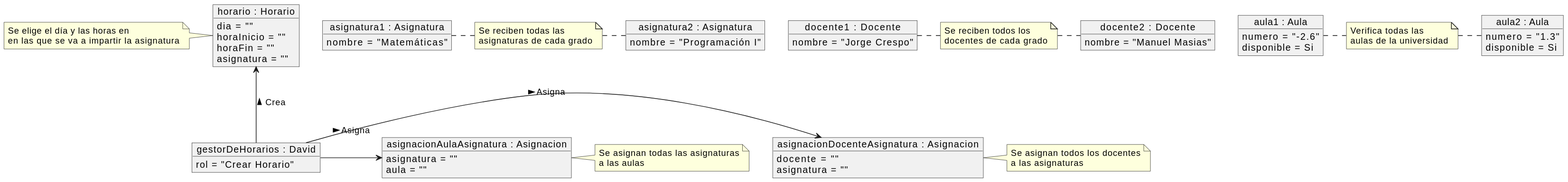
Before: imagenes/modelosUML/Fraccionado/Diagrama de objetos sin completar.svg, a diagram exported from PlantUML (mmasias/23-24-IdSw1-SDR). The source it was exported from:
```plantuml
@startuml
object "gestorDeHorarios : David" as gestorDeHorarios {
    rol = "Crear Horario"
}

object "asignatura1 : Asignatura" as asignatura1 {
    nombre = "Matemáticas"
}
object "asignatura2 : Asignatura" as asignatura2 {
    nombre = "Programación I"
}

object "docente1 : Docente" as docente1 {
    nombre = "Jorge Crespo"
}
object "docente2 : Docente" as docente2 {
    nombre = "Manuel Masias"
}

object "aula1 : Aula" as aula1 {
    numero = "-2.6"
    disponible = Si
}
object "aula2 : Aula" as aula2 {
    numero = "1.3"
    disponible = Si
}

object "asignacionDocenteAsignatura : Asignacion" as asignacionDocenteAsignatura {
    docente = ""
    asignatura = ""
}
gestorDeHorarios -r-> asignacionDocenteAsignatura : "Asigna >\n\n"

object "asignacionAulaAsignatura : Asignacion" as asignacionAulaAsignatura {
    asignatura = ""
    aula = ""
}
gestorDeHorarios -r-> asignacionAulaAsignatura : "Asigna >\n\n"

object "horario : Horario" as horario {
    dia = ""
    horaInicio = ""
    horaFin = ""
    asignatura = ""
}

note "Se reciben todas las \nasignaturas de cada grado" as nota1
asignatura1 .r. nota1
nota1 .r. asignatura2

note "Se reciben todos los\ndocentes de cada grado" as nota2
docente1 .r. nota2
nota2 .r. docente2

note "Verifica todas las\naulas de la universidad" as nota3
aula1 .r. nota3
nota3 .r. aula2

note "Se asignan todas las asignaturas\na las aulas" as nota4
asignacionAulaAsignatura .r. nota4

note "Se asignan todos los docentes\na las asignaturas" as nota5
asignacionDocenteAsignatura .r. nota5

note "Se elige el día y las horas en \nen las que se va a impartir la asignatura" as note6
note6 .r. horario

gestorDeHorarios -u-> horario : "Crea >"
@enduml
```
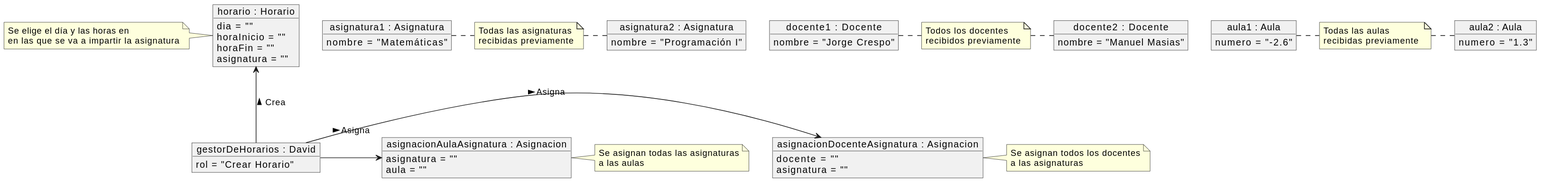
After the commit.

Commit message:
cambiando diagrama sin completar objetos

What changed in the source:
```diff
@@ -19,11 +19,9 @@
 
 object "aula1 : Aula" as aula1 {
     numero = "-2.6"
-    disponible = Si
 }
 object "aula2 : Aula" as aula2 {
     numero = "1.3"
-    disponible = Si
 }
 
 object "asignacionDocenteAsignatura : Asignacion" as asignacionDocenteAsignatura {
@@ -45,15 +43,15 @@
     asignatura = ""
 }
 
-note "Se reciben todas las \nasignaturas de cada grado" as nota1
+note "Todas las asignaturas\nrecibidas previamente" as nota1
 asignatura1 .r. nota1
 nota1 .r. asignatura2
 
-note "Se reciben todos los\ndocentes de cada grado" as nota2
+note "Todos los docentes\nrecibidos previamente" as nota2
 docente1 .r. nota2
 nota2 .r. docente2
 
-note "Verifica todas las\naulas de la universidad" as nota3
+note "Todas las aulas\nrecibidas previamente " as nota3
 aula1 .r. nota3
 nota3 .r. aula2
 
```
